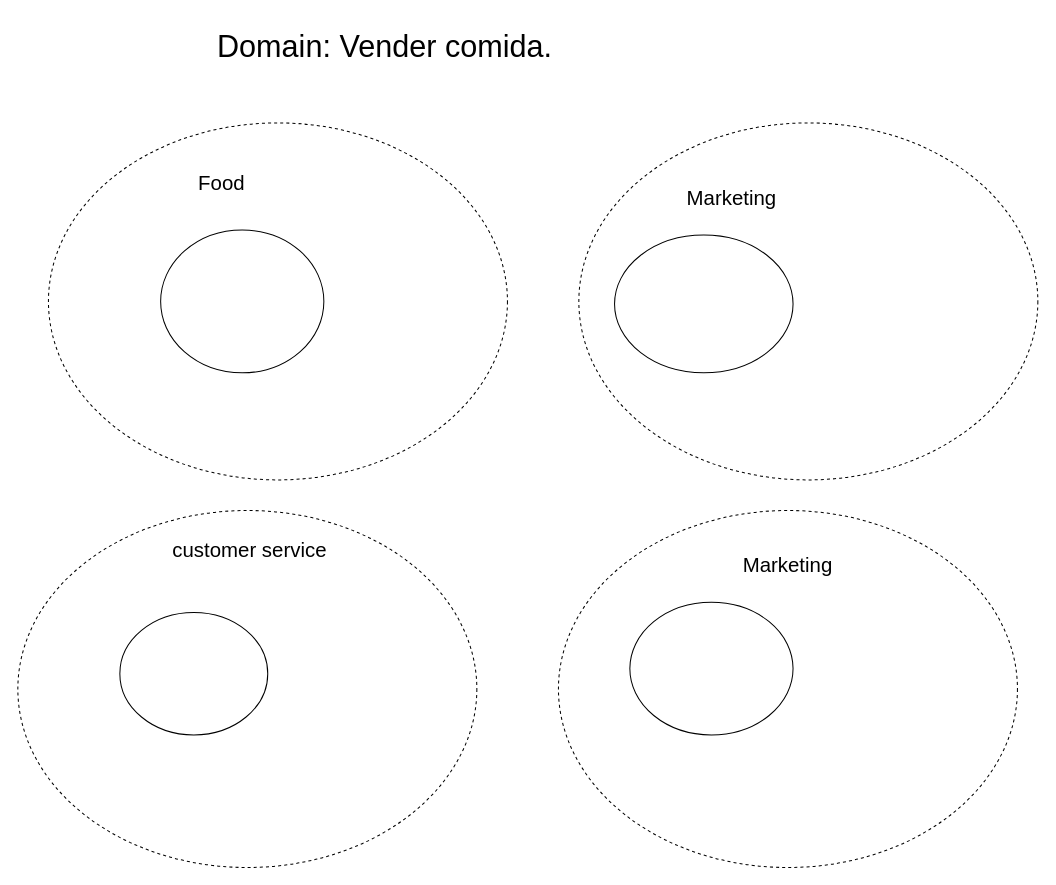
The draw.io diagram page "Análisis" (1 of 3) of DDD Models/pet_proyect_burgerRestaurant.drawio in fabrikolof/reto_burgerRestaurant, before the edit. Source tidied: cells renumbered, new cells numbered last; positions are measured from the earlier drawing's top-left corner, leaving out a move shared by most shapes. Both pictures are drawn from the tidied source at 102%, with x=0, y=0 at pixel (17, 31).
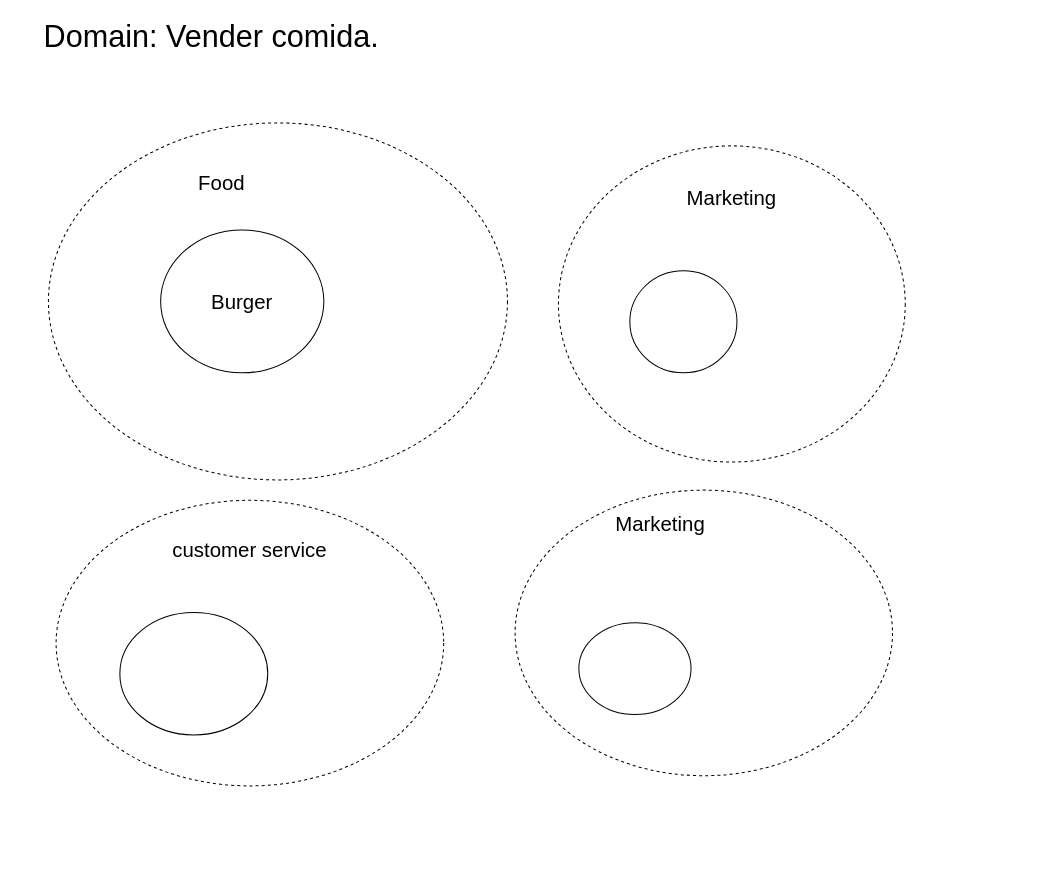
The same page after the edit.

Diff of the diagram source:
```diff
@@
 <mxGraphModel>
   <root>
     <mxCell id="0" />
     <mxCell id="1" parent="0" />
     <mxCell id="2" value="&lt;font style=&quot;font-size: 30px;&quot;&gt;Domain: Vender comida.&lt;/font&gt;" style="text;html=1;strokeColor=none;fillColor=none;align=center;verticalAlign=middle;whiteSpace=wrap;rounded=0;" parent="1" vertex="1">
-      <mxGeometry x="190" width="340" height="30" as="geometry" />
+      <mxGeometry x="20" y="-10" width="340" height="30" as="geometry" />
     </mxCell>
     <mxCell id="3" style="ellipse;whiteSpace=wrap;html=1;fontSize=30;dashed=1;" parent="1" vertex="1">
       <mxGeometry x="30" y="90" width="450" height="350" as="geometry" />
     </mxCell>
     <mxCell id="4" style="ellipse;whiteSpace=wrap;html=1;fontSize=30;dashed=1;" parent="1" vertex="1">
-      <mxGeometry x="550" y="90" width="450" height="350" as="geometry" />
+      <mxGeometry x="530" y="112.5" width="340" height="310" as="geometry" />
     </mxCell>
     <mxCell id="5" style="ellipse;whiteSpace=wrap;html=1;fontSize=30;dashed=1;" parent="1" vertex="1">
-      <mxGeometry y="470" width="450" height="350" as="geometry" />
+      <mxGeometry x="37.5" y="460" width="380" height="280" as="geometry" />
     </mxCell>
     <mxCell id="6" value="&lt;font style=&quot;font-size: 20px;&quot;&gt;Food&lt;/font&gt;" style="text;html=1;strokeColor=none;fillColor=none;align=center;verticalAlign=middle;whiteSpace=wrap;rounded=0;dashed=1;fontSize=30;" parent="1" vertex="1">
       <mxGeometry x="170" y="130" width="60" height="30" as="geometry" />
     </mxCell>
     <mxCell id="7" value="&lt;font style=&quot;font-size: 20px;&quot;&gt;&lt;span class=&quot;VIiyi&quot; lang=&quot;en&quot;&gt;&lt;span class=&quot;JLqJ4b ChMk0b&quot;&gt;&lt;span class=&quot;Q4iAWc&quot;&gt;customer service&lt;/span&gt;&lt;/span&gt;&lt;/span&gt;&lt;/font&gt;" style="text;html=1;strokeColor=none;fillColor=none;align=center;verticalAlign=middle;whiteSpace=wrap;rounded=0;dashed=1;fontSize=30;" parent="1" vertex="1">
       <mxGeometry x="80" y="490" width="295" height="30" as="geometry" />
     </mxCell>
-    <mxCell id="8" style="ellipse;whiteSpace=wrap;html=1;fontSize=20;" parent="1" vertex="1">
+    <mxCell id="8" value="Burger" style="ellipse;whiteSpace=wrap;html=1;fontSize=20;" parent="1" vertex="1">
       <mxGeometry x="140" y="195" width="160" height="140" as="geometry" />
     </mxCell>
     <mxCell id="9" style="ellipse;whiteSpace=wrap;html=1;fontSize=20;" parent="1" vertex="1">
       <mxGeometry x="100" y="570" width="145" height="120" as="geometry" />
     </mxCell>
     <mxCell id="10" style="ellipse;whiteSpace=wrap;html=1;fontSize=20;" parent="1" vertex="1">
-      <mxGeometry x="585" y="200" width="175" height="135" as="geometry" />
+      <mxGeometry x="600" y="235" width="105" height="100" as="geometry" />
     </mxCell>
     <mxCell id="11" value="&lt;font style=&quot;font-size: 20px;&quot;&gt;Marketing&lt;/font&gt;" style="text;html=1;strokeColor=none;fillColor=none;align=center;verticalAlign=middle;whiteSpace=wrap;rounded=0;dashed=1;fontSize=30;" parent="1" vertex="1">
       <mxGeometry x="640" y="150" width="120" height="20" as="geometry" />
     </mxCell>
     <mxCell id="12" style="ellipse;whiteSpace=wrap;html=1;fontSize=30;dashed=1;" parent="1" vertex="1">
-      <mxGeometry x="530" y="470" width="450" height="350" as="geometry" />
+      <mxGeometry x="487.5" y="450" width="370" height="280" as="geometry" />
     </mxCell>
     <mxCell id="13" style="ellipse;whiteSpace=wrap;html=1;fontSize=20;" parent="1" vertex="1">
-      <mxGeometry x="600" y="560" width="160" height="130" as="geometry" />
+      <mxGeometry x="550" y="580" width="110" height="90" as="geometry" />
     </mxCell>
     <mxCell id="14" value="&lt;font style=&quot;font-size: 20px;&quot;&gt;Marketing&lt;/font&gt;" style="text;html=1;strokeColor=none;fillColor=none;align=center;verticalAlign=middle;whiteSpace=wrap;rounded=0;dashed=1;fontSize=30;" parent="1" vertex="1">
-      <mxGeometry x="695" y="510" width="120" height="20" as="geometry" />
+      <mxGeometry x="570" y="470" width="120" height="20" as="geometry" />
     </mxCell>
   </root>
 </mxGraphModel>
```
